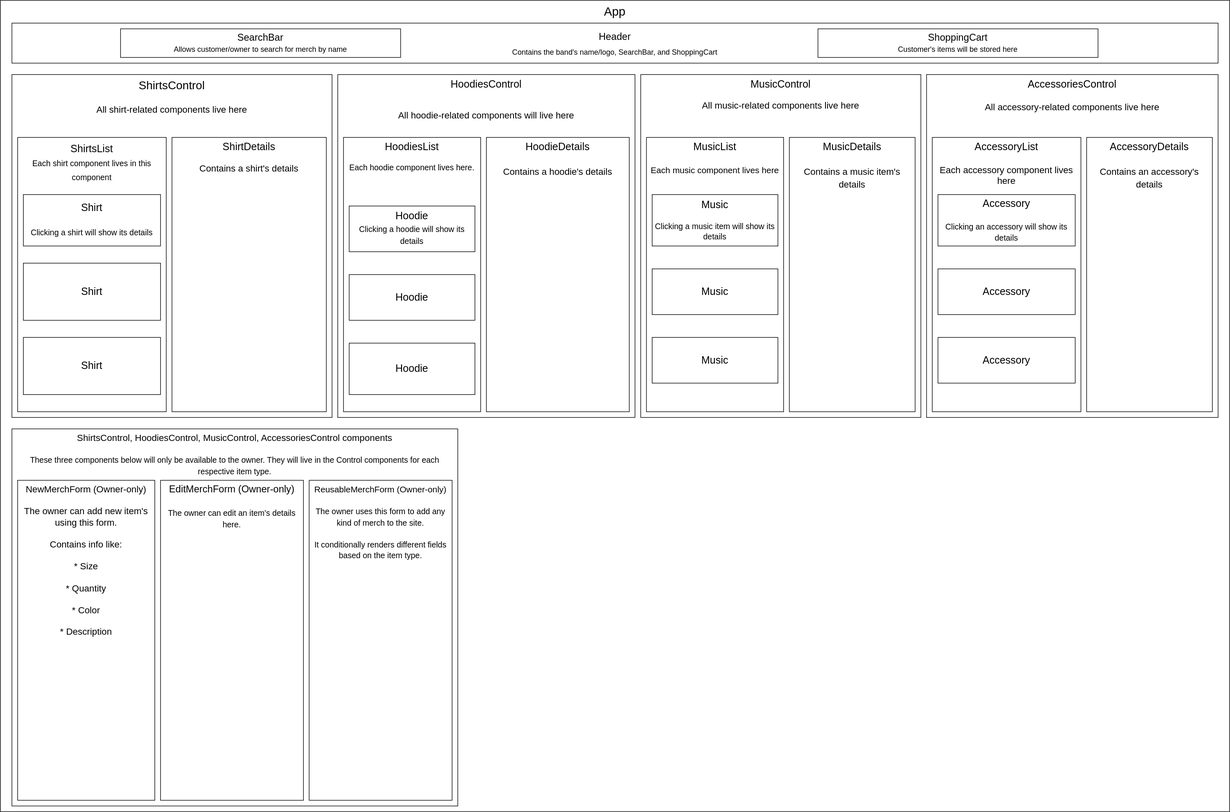
Earlier version of the draw.io export Merch_Site_Diagram.drawio.svg (besure94/merch-site). Source tidied: cells renumbered, new cells last; positions are measured from the earlier drawing's top-left corner, leaving out a move shared by most shapes.
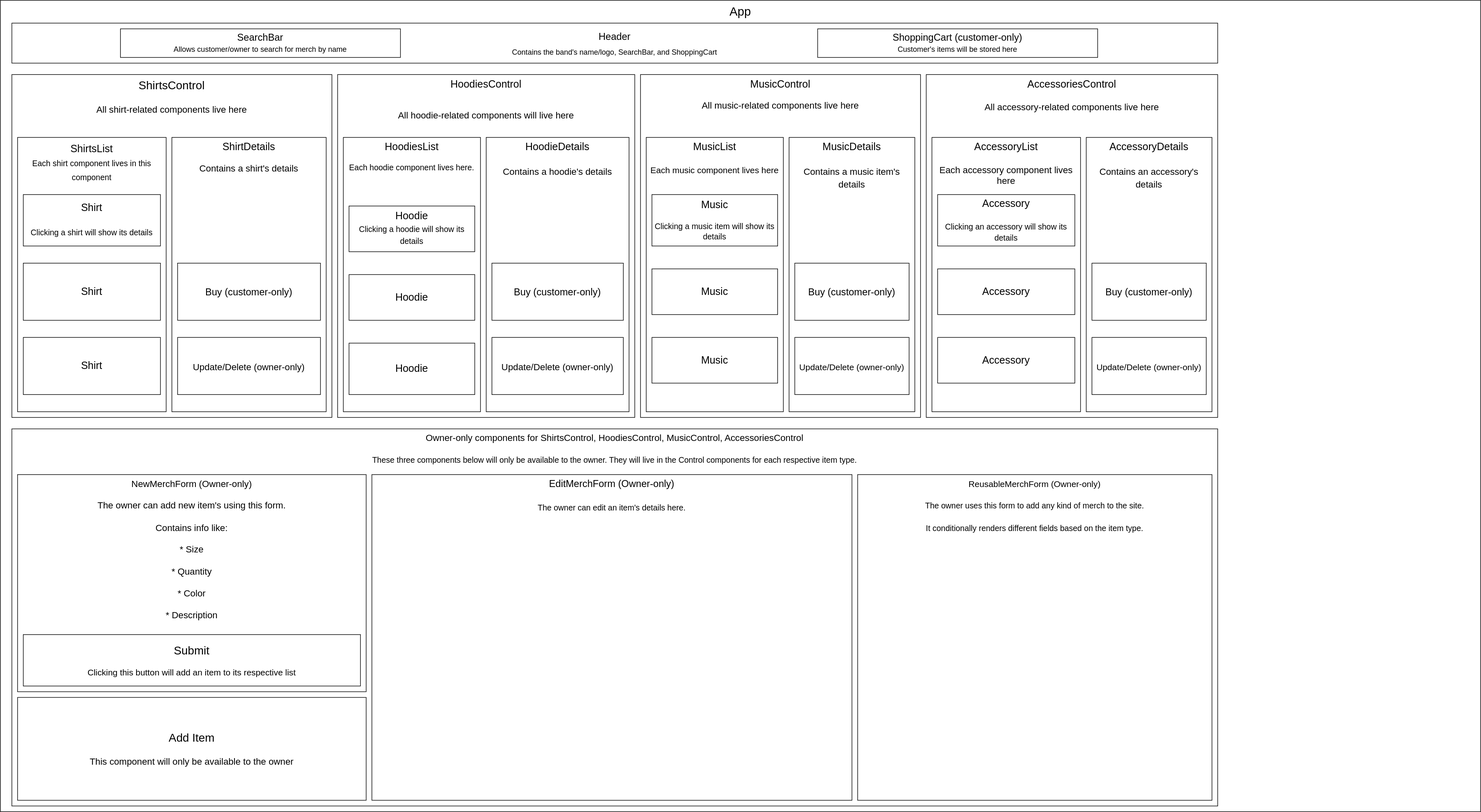
After the change.

Commit message:
Continue drawing component structure.

What changed in the source:
```diff
@@ -3,7 +3,7 @@
     <mxCell id="0" />
     <mxCell id="1" parent="0" />
     <mxCell id="2" value="&lt;font style=&quot;font-size: 21px;&quot;&gt;App&lt;/font&gt;" style="rounded=0;whiteSpace=wrap;html=1;verticalAlign=top;" parent="1" vertex="1">
-      <mxGeometry width="2150" height="1420" as="geometry" />
+      <mxGeometry width="2590" height="1420" as="geometry" />
     </mxCell>
     <mxCell id="3" value="&lt;font style=&quot;font-size: 17px;&quot;&gt;Header&lt;br&gt;&lt;/font&gt;&lt;font style=&quot;font-size: 13px;&quot;&gt;Contains the band's name/logo, SearchBar, and ShoppingCart&lt;/font&gt;" style="rounded=0;whiteSpace=wrap;html=1;fontSize=21;" parent="1" vertex="1">
       <mxGeometry x="20" y="40" width="2110" height="70" as="geometry" />
@@ -11,7 +11,7 @@
     <mxCell id="4" value="&lt;font style=&quot;&quot;&gt;&lt;font style=&quot;font-size: 17px;&quot;&gt;SearchBar&lt;/font&gt;&lt;/font&gt;&lt;br&gt;&lt;font style=&quot;font-size: 13px;&quot;&gt;Allows customer/owner to search for merch by name&lt;/font&gt;" style="rounded=0;whiteSpace=wrap;html=1;fontSize=15;" parent="1" vertex="1">
       <mxGeometry x="210" y="50" width="490" height="50" as="geometry" />
     </mxCell>
-    <mxCell id="5" value="&lt;font style=&quot;font-size: 17px;&quot;&gt;ShoppingCart&lt;/font&gt;&lt;br&gt;&lt;font style=&quot;font-size: 13px;&quot;&gt;Customer's items will be stored here&lt;/font&gt;" style="rounded=0;whiteSpace=wrap;html=1;fontSize=15;" parent="1" vertex="1">
+    <mxCell id="5" value="&lt;font style=&quot;font-size: 17px;&quot;&gt;ShoppingCart (customer-only)&lt;/font&gt;&lt;br&gt;&lt;font style=&quot;font-size: 13px;&quot;&gt;Customer's items will be stored here&lt;/font&gt;" style="rounded=0;whiteSpace=wrap;html=1;fontSize=15;" parent="1" vertex="1">
       <mxGeometry x="1430" y="50" width="490" height="50" as="geometry" />
     </mxCell>
     <mxCell id="6" value="&lt;font style=&quot;&quot;&gt;&lt;span style=&quot;font-size: 20px;&quot;&gt;ShirtsControl&lt;/span&gt;&lt;br&gt;&lt;br&gt;&lt;span style=&quot;font-size: 16px;&quot;&gt;All shirt-related components live here&lt;/span&gt;&lt;br&gt;&lt;/font&gt;" style="rounded=0;whiteSpace=wrap;html=1;fontSize=17;labelPosition=center;verticalLabelPosition=middle;align=center;verticalAlign=top;" parent="1" vertex="1">
@@ -38,8 +38,8 @@
     <mxCell id="13" value="&lt;font style=&quot;&quot;&gt;&lt;span style=&quot;font-size: 18px;&quot;&gt;HoodiesList&lt;/span&gt;&lt;br&gt;&lt;br&gt;&lt;font style=&quot;font-size: 14px;&quot;&gt;Each hoodie component lives here.&lt;/font&gt;&lt;br&gt;&lt;/font&gt;" style="rounded=0;whiteSpace=wrap;html=1;fontSize=14;verticalAlign=top;" parent="1" vertex="1">
       <mxGeometry x="600" y="240" width="240" height="480" as="geometry" />
     </mxCell>
-    <mxCell id="14" value="ShirtsControl, HoodiesControl, MusicControl, AccessoriesControl components&lt;br&gt;&lt;br&gt;&lt;font style=&quot;font-size: 14px;&quot;&gt;These three components below will only be available to the owner. They will live in the Control components for each respective item type.&lt;/font&gt;" style="rounded=0;whiteSpace=wrap;html=1;fontSize=16;verticalAlign=top;" parent="1" vertex="1">
-      <mxGeometry x="20" y="750" width="780" height="660" as="geometry" />
+    <mxCell id="14" value="Owner-only components for ShirtsControl, HoodiesControl, MusicControl, AccessoriesControl&lt;br&gt;&lt;br&gt;&lt;font style=&quot;font-size: 14px;&quot;&gt;These three components below will only be available to the owner. They will live in the Control components for each respective item type.&lt;/font&gt;" style="rounded=0;whiteSpace=wrap;html=1;fontSize=16;verticalAlign=top;" parent="1" vertex="1">
+      <mxGeometry x="20" y="750" width="2110" height="660" as="geometry" />
     </mxCell>
     <mxCell id="15" value="Hoodie&lt;br&gt;&lt;font style=&quot;font-size: 14px;&quot;&gt;Clicking a hoodie will show its details&lt;/font&gt;" style="rounded=0;whiteSpace=wrap;html=1;fontSize=18;" parent="1" vertex="1">
       <mxGeometry x="610" y="360" width="220" height="80" as="geometry" />
@@ -54,13 +54,13 @@
       <mxGeometry x="850" y="240" width="250" height="480" as="geometry" />
     </mxCell>
     <mxCell id="19" value="&lt;font style=&quot;font-size: 16px;&quot;&gt;NewMerchForm (Owner-only)&lt;br&gt;&lt;br&gt;The owner can add new item's using this form.&lt;br&gt;&lt;br&gt;Contains info like:&lt;br&gt;&lt;br&gt;* Size&lt;br&gt;&lt;br&gt;* Quantity&lt;br&gt;&lt;br&gt;* Color&lt;br&gt;&lt;br&gt;* Description&lt;br&gt;&lt;/font&gt;" style="rounded=0;whiteSpace=wrap;html=1;fontSize=16;verticalAlign=top;" parent="1" vertex="1">
-      <mxGeometry x="30" y="840" width="240" height="560" as="geometry" />
+      <mxGeometry x="30" y="830" width="610" height="380" as="geometry" />
     </mxCell>
     <mxCell id="20" value="EditMerchForm (Owner-only)&lt;br&gt;&lt;br&gt;&lt;font style=&quot;font-size: 14px;&quot;&gt;The owner can edit an item's details here.&lt;/font&gt;" style="rounded=0;whiteSpace=wrap;html=1;fontSize=17;verticalAlign=top;" parent="1" vertex="1">
-      <mxGeometry x="280" y="840" width="250" height="560" as="geometry" />
+      <mxGeometry x="650" y="830" width="840" height="570" as="geometry" />
     </mxCell>
     <mxCell id="21" value="&lt;font style=&quot;font-size: 15px;&quot;&gt;ReusableMerchForm (Owner-only)&lt;br&gt;&lt;/font&gt;&lt;br&gt;&lt;font style=&quot;font-size: 14px;&quot;&gt;The owner uses this form to add any kind of merch to the site.&amp;nbsp;&lt;br&gt;&lt;/font&gt;&lt;br&gt;&lt;font style=&quot;font-size: 14px;&quot;&gt;It conditionally renders different fields based on the item type.&lt;/font&gt;" style="rounded=0;whiteSpace=wrap;html=1;fontSize=16;verticalAlign=top;" parent="1" vertex="1">
-      <mxGeometry x="540" y="840" width="250" height="560" as="geometry" />
+      <mxGeometry x="1500" y="830" width="620" height="570" as="geometry" />
     </mxCell>
     <mxCell id="22" value="&lt;font style=&quot;&quot;&gt;&lt;span style=&quot;font-size: 18px;&quot;&gt;MusicControl&lt;/span&gt;&lt;br&gt;&lt;br&gt;&lt;font style=&quot;font-size: 16px;&quot;&gt;All music-related components live here&lt;/font&gt;&lt;br&gt;&lt;/font&gt;" style="rounded=0;whiteSpace=wrap;html=1;fontSize=14;verticalAlign=top;" parent="1" vertex="1">
       <mxGeometry x="1120" y="130" width="490" height="600" as="geometry" />
@@ -98,5 +98,35 @@
     <mxCell id="33" value="AccessoryDetails&lt;br&gt;&lt;br&gt;&lt;font style=&quot;font-size: 16px;&quot;&gt;Contains an accessory's details&lt;/font&gt;" style="rounded=0;whiteSpace=wrap;html=1;fontSize=18;verticalAlign=top;" parent="1" vertex="1">
       <mxGeometry x="1900" y="240" width="220" height="480" as="geometry" />
     </mxCell>
+    <mxCell id="34" value="&lt;font style=&quot;font-size: 20px;&quot;&gt;Add Item&lt;br&gt;&lt;/font&gt;&lt;br&gt;This component will only be available to the owner" style="rounded=0;whiteSpace=wrap;html=1;fontSize=16;" parent="1" vertex="1">
+      <mxGeometry x="30" y="1220" width="610" height="180" as="geometry" />
+    </mxCell>
+    <mxCell id="35" value="&lt;font style=&quot;font-size: 17px;&quot;&gt;Buy (customer-only)&lt;/font&gt;" style="rounded=0;whiteSpace=wrap;html=1;fontSize=20;" parent="1" vertex="1">
+      <mxGeometry x="310" y="460" width="250" height="100" as="geometry" />
+    </mxCell>
+    <mxCell id="36" value="&lt;font style=&quot;font-size: 16px;&quot;&gt;Update/Delete (owner-only)&lt;/font&gt;" style="rounded=0;whiteSpace=wrap;html=1;fontSize=20;" parent="1" vertex="1">
+      <mxGeometry x="310" y="590" width="250" height="100" as="geometry" />
+    </mxCell>
+    <mxCell id="37" value="&lt;font style=&quot;font-size: 17px;&quot;&gt;Buy (customer-only)&lt;/font&gt;" style="rounded=0;whiteSpace=wrap;html=1;fontSize=20;" parent="1" vertex="1">
+      <mxGeometry x="860" y="460" width="230" height="100" as="geometry" />
+    </mxCell>
+    <mxCell id="38" value="&lt;font style=&quot;font-size: 16px;&quot;&gt;Update/Delete (owner-only)&lt;/font&gt;" style="rounded=0;whiteSpace=wrap;html=1;fontSize=20;" parent="1" vertex="1">
+      <mxGeometry x="860" y="590" width="230" height="100" as="geometry" />
+    </mxCell>
+    <mxCell id="39" value="&lt;font style=&quot;font-size: 17px;&quot;&gt;Buy (customer-only)&lt;/font&gt;" style="rounded=0;whiteSpace=wrap;html=1;fontSize=20;" parent="1" vertex="1">
+      <mxGeometry x="1390" y="460" width="200" height="100" as="geometry" />
+    </mxCell>
+    <mxCell id="40" value="&lt;font style=&quot;font-size: 15px;&quot;&gt;Update/Delete (owner-only)&lt;/font&gt;" style="rounded=0;whiteSpace=wrap;html=1;fontSize=20;" parent="1" vertex="1">
+      <mxGeometry x="1390" y="590" width="200" height="100" as="geometry" />
+    </mxCell>
+    <mxCell id="41" value="&lt;font style=&quot;font-size: 17px;&quot;&gt;Buy (customer-only)&lt;/font&gt;" style="rounded=0;whiteSpace=wrap;html=1;fontSize=20;" parent="1" vertex="1">
+      <mxGeometry x="1910" y="460" width="200" height="100" as="geometry" />
+    </mxCell>
+    <mxCell id="42" value="&lt;font style=&quot;font-size: 15px;&quot;&gt;Update/Delete (owner-only)&lt;/font&gt;" style="rounded=0;whiteSpace=wrap;html=1;fontSize=20;" parent="1" vertex="1">
+      <mxGeometry x="1910" y="590" width="200" height="100" as="geometry" />
+    </mxCell>
+    <mxCell id="43" value="&lt;font style=&quot;font-size: 20px;&quot;&gt;Submit&lt;/font&gt;&lt;br&gt;&lt;br&gt;Clicking this button will add an item to its respective list" style="rounded=0;whiteSpace=wrap;html=1;fontSize=15;" parent="1" vertex="1">
+      <mxGeometry x="40" y="1110" width="590" height="90" as="geometry" />
+    </mxCell>
   </root>
 </mxGraphModel>
```
